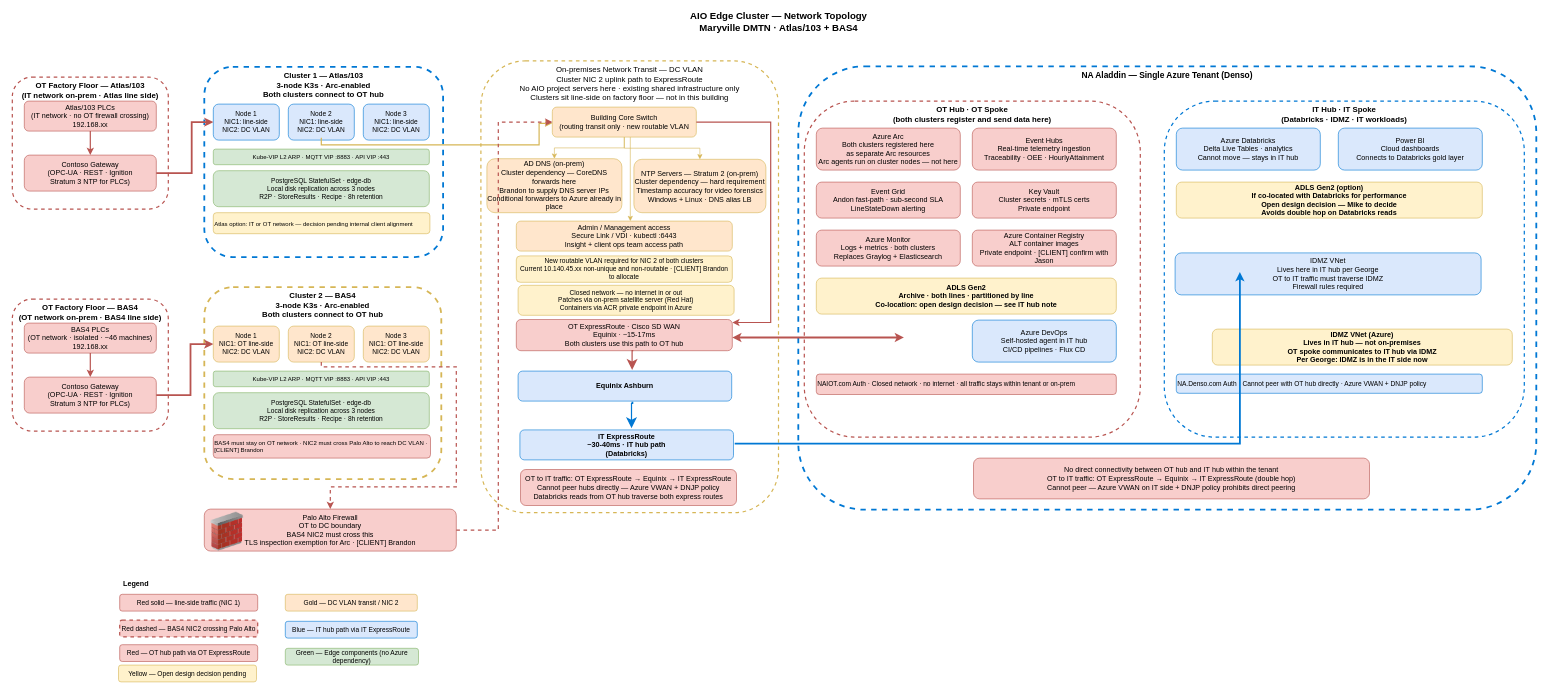
Above: Cluster-Network-Topology.drawio in avinashr-insight/manufacturing-iot (draw.io), before the change. Source tidied: cells renumbered, new cells numbered last; positions are measured from the earlier drawing's top-left corner, leaving out a move shared by most shapes. Both pictures are drawn from the tidied source at 60%, with x=0, y=0 at pixel (10, 11).
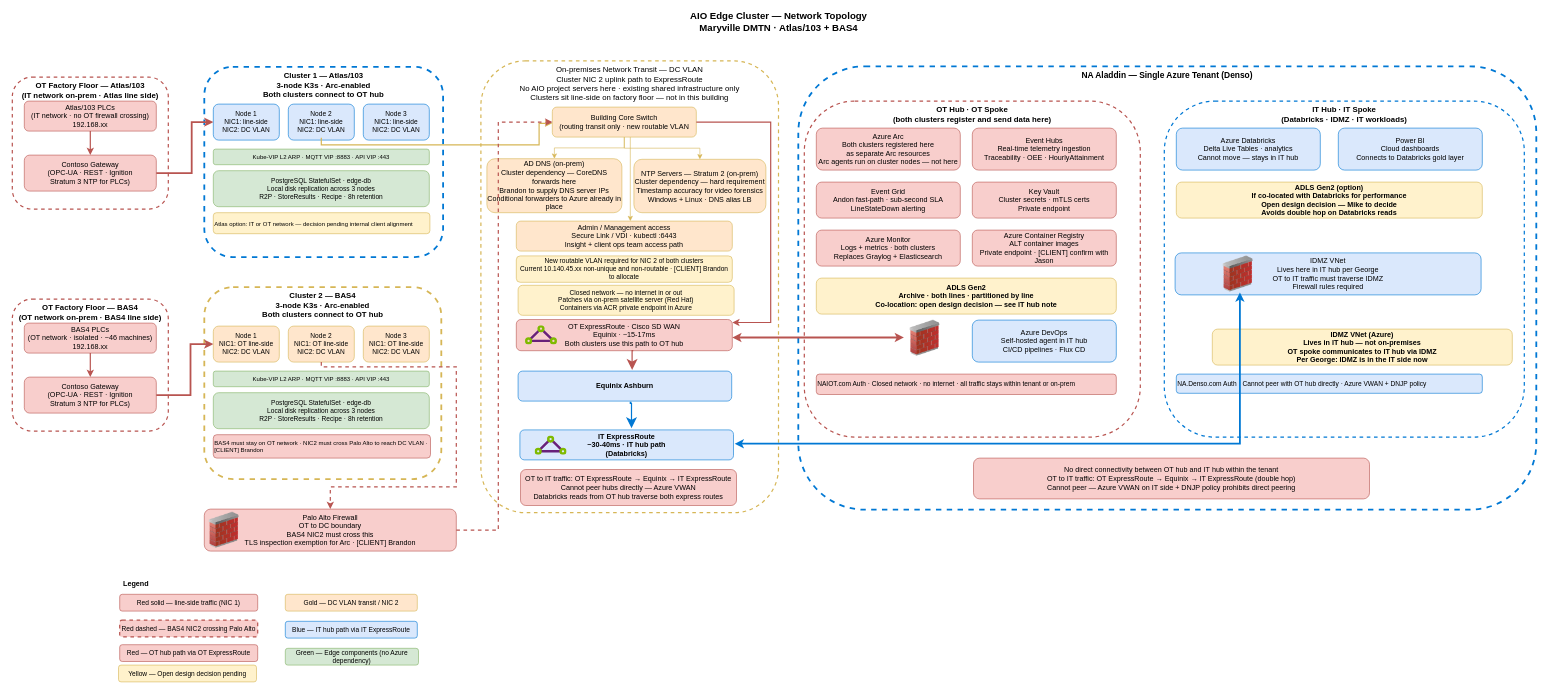
Above is the later version.

The edit, as a diff of the source:
```diff
@@
-    <mxCell id="33" value="&lt;span style=&quot;font-weight: normal;&quot;&gt;&lt;font style=&quot;font-size: 12px;&quot;&gt;OT to IT traffic: OT ExpressRoute → Equinix → IT ExpressRoute&lt;br&gt;Cannot peer hubs directly — Azure VWAN + DNJP policy&lt;br&gt;Databricks reads from OT hub traverse both express routes&lt;/font&gt;&lt;/span&gt;" style="rounded=1;whiteSpace=wrap;html=1;fillColor=#f8cecc;strokeColor=#b85450;fontSize=11;fontStyle=1;align=center;" parent="1" vertex="1">
+    <mxCell id="33" value="&lt;span style=&quot;font-weight: normal;&quot;&gt;&lt;font style=&quot;font-size: 12px;&quot;&gt;OT to IT traffic: OT ExpressRoute → Equinix → IT ExpressRoute&lt;br&gt;Cannot peer hubs directly — Azure VWAN&lt;br&gt;Databricks reads from OT hub traverse both express routes&lt;/font&gt;&lt;/span&gt;" style="rounded=1;whiteSpace=wrap;html=1;fillColor=#f8cecc;strokeColor=#b85450;fontSize=11;fontStyle=1;align=center;" parent="1" vertex="1">
       <mxGeometry x="850" y="764" width="360" height="60" as="geometry" />
     </mxCell>
@@
-    <mxCell id="65" style="edgeStyle=orthogonalEdgeStyle;rounded=0;html=1;strokeColor=#0078D4;strokeWidth=3;" parent="1" edge="1">
+    <mxCell id="65" style="edgeStyle=orthogonalEdgeStyle;rounded=0;html=1;strokeColor=#0078D4;strokeWidth=3;startArrow=classic;startFill=1;" parent="1" edge="1">
       <mxGeometry relative="1" as="geometry">
         <mxPoint x="1207" y="721" as="sourcePoint" />
-        <mxPoint x="2049" y="435" as="targetPoint" />
+        <mxPoint x="2049" y="469" as="targetPoint" />
         <Array as="points">
           <mxPoint x="1207" y="721" />
           <mxPoint x="2049" y="721" />
         </Array>
       </mxGeometry>
     </mxCell>
@@
     <mxCell id="76" style="edgeStyle=segmentEdgeStyle;endArrow=classic;html=1;curved=0;rounded=0;endSize=12;startSize=8;strokeColor=#0078D4;strokeWidth=2;" parent="1" edge="1">
       <mxGeometry relative="1" as="geometry">
         <mxPoint x="1035" y="652" as="sourcePoint" />
         <mxPoint x="1035" y="695.1" as="targetPoint" />
         <Array as="points">
-          <mxPoint x="1037" y="654" />
+          <mxPoint x="1033" y="652" />
+          <mxPoint x="1033" y="654" />
           <mxPoint x="1035" y="654" />
         </Array>
       </mxGeometry>
     </mxCell>
     <mxCell id="77" style="image;html=1;image=img/lib/clip_art/networking/Firewall_02_128x128.png;" parent="1" vertex="1">
-      <mxGeometry x="331" y="835" width="60" height="65" as="geometry" />
+      <mxGeometry x="327" y="835" width="58" height="60" as="geometry" />
     </mxCell>
+    <mxCell id="78" style="image;sketch=0;html=1;align=center;fontSize=12;image=img/lib/mscae/Express_Route.svg;" parent="1" vertex="1">
+      <mxGeometry x="874" y="708" width="53.3" height="32" as="geometry" />
+    </mxCell>
+    <mxCell id="79" style="image;sketch=0;html=1;align=center;fontSize=12;image=img/lib/mscae/Express_Route.svg;" parent="1" vertex="1">
+      <mxGeometry x="858" y="524" width="53.3" height="32" as="geometry" />
+    </mxCell>
+    <mxCell id="80" style="image;html=1;image=img/lib/clip_art/networking/Firewall_02_128x128.png;" parent="1" vertex="1">
+      <mxGeometry x="1495" y="515" width="58" height="60" as="geometry" />
+    </mxCell>
+    <mxCell id="81" style="image;html=1;image=img/lib/clip_art/networking/Firewall_02_128x128.png;" parent="1" vertex="1">
+      <mxGeometry x="2017" y="408" width="58" height="60" as="geometry" />
+    </mxCell>
```
